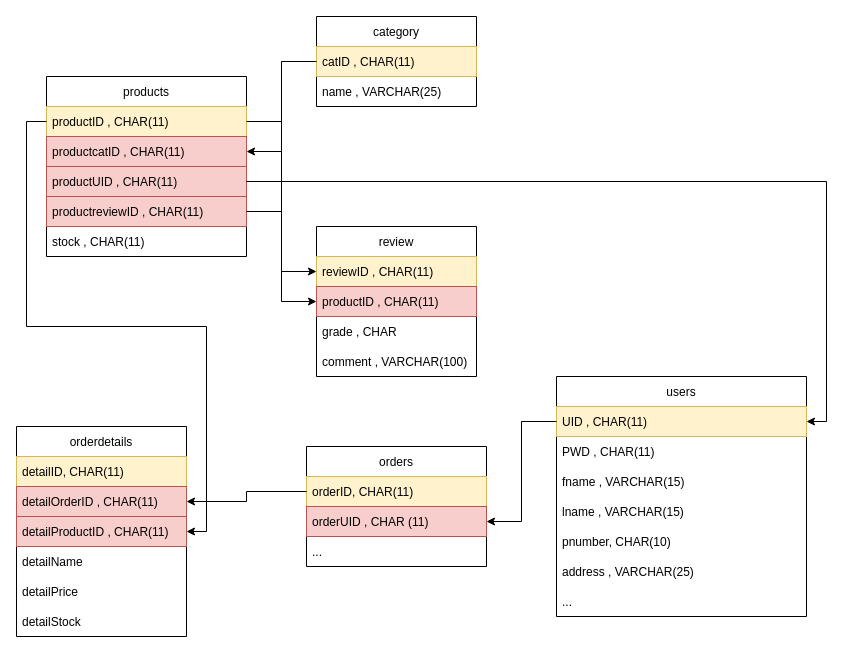
Above: Charts/flowchart.drawio in AlexanderSelfors/D0018E (draw.io), before the change. Source tidied: cells renumbered, new cells numbered last; positions are measured from the earlier drawing's top-left corner, leaving out a move shared by most shapes. Both pictures are drawn from the tidied source at 100%, with x=0, y=0 at pixel (16, 16).
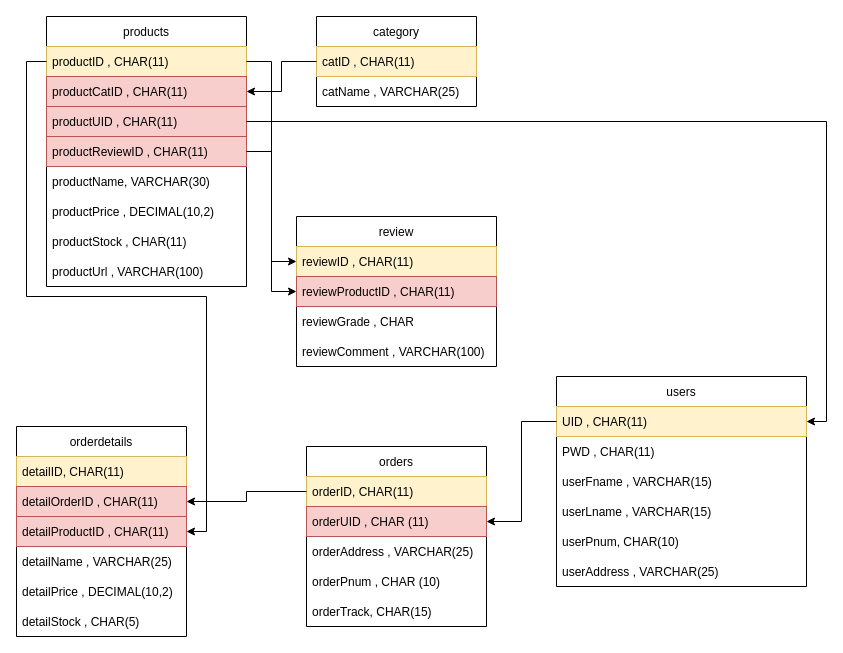
After the change.

The change refers to these unchanged cells:
```xml
<mxCell id="20" value="orderdetails" style="swimlane;fontStyle=0;horizontal=1;startSize=30;" parent="1" vertex="1">
  <mxGeometry y="410" width="170" height="210" as="geometry" />
</mxCell>
<mxCell id="30" value="category" style="swimlane;fontStyle=0;horizontal=1;startSize=30;" parent="1" vertex="1">
  <mxGeometry x="300" width="160" height="90" as="geometry" />
</mxCell>
```

The edit, as a diff of the source:
```diff
@@
     <mxCell id="2" value="users" style="swimlane;fontStyle=0;horizontal=1;startSize=30;" parent="1" vertex="1">
-      <mxGeometry x="540" y="360" width="250" height="240" as="geometry" />
+      <mxGeometry x="540" y="360" width="250" height="210" as="geometry" />
     </mxCell>
@@
-    <mxCell id="5" value="fname , VARCHAR(15)" style="text;strokeColor=none;fillColor=none;align=left;verticalAlign=middle;spacingLeft=4;spacingRight=4;overflow=hidden;" parent="2" vertex="1">
+    <mxCell id="5" value="userFname , VARCHAR(15)" style="text;strokeColor=none;fillColor=none;align=left;verticalAlign=middle;spacingLeft=4;spacingRight=4;overflow=hidden;" parent="2" vertex="1">
       <mxGeometry y="90" width="250" height="30" as="geometry" />
     </mxCell>
-    <mxCell id="6" value="lname , VARCHAR(15)" style="text;strokeColor=none;fillColor=none;align=left;verticalAlign=middle;spacingLeft=4;spacingRight=4;overflow=hidden;" parent="2" vertex="1">
+    <mxCell id="6" value="userLname , VARCHAR(15)" style="text;strokeColor=none;fillColor=none;align=left;verticalAlign=middle;spacingLeft=4;spacingRight=4;overflow=hidden;" parent="2" vertex="1">
       <mxGeometry y="120" width="250" height="30" as="geometry" />
     </mxCell>
-    <mxCell id="7" value="pnumber, CHAR(10) " style="text;strokeColor=none;fillColor=none;align=left;verticalAlign=middle;spacingLeft=4;spacingRight=4;overflow=hidden;" parent="2" vertex="1">
+    <mxCell id="7" value="userPnum, CHAR(10) " style="text;strokeColor=none;fillColor=none;align=left;verticalAlign=middle;spacingLeft=4;spacingRight=4;overflow=hidden;" parent="2" vertex="1">
       <mxGeometry y="150" width="250" height="30" as="geometry" />
     </mxCell>
-    <mxCell id="8" value="address , VARCHAR(25)" style="text;strokeColor=none;fillColor=none;align=left;verticalAlign=middle;spacingLeft=4;spacingRight=4;overflow=hidden;" parent="2" vertex="1">
+    <mxCell id="8" value="userAddress , VARCHAR(25)" style="text;strokeColor=none;fillColor=none;align=left;verticalAlign=middle;spacingLeft=4;spacingRight=4;overflow=hidden;" parent="2" vertex="1">
       <mxGeometry y="180" width="250" height="30" as="geometry" />
     </mxCell>
-    <mxCell id="9" value="..." style="text;strokeColor=none;fillColor=none;align=left;verticalAlign=middle;spacingLeft=4;spacingRight=4;overflow=hidden;" parent="2" vertex="1">
-      <mxGeometry y="210" width="250" height="30" as="geometry" />
-    </mxCell>
     <mxCell id="10" value="products" style="swimlane;fontStyle=0;horizontal=1;startSize=30;" parent="1" vertex="1">
-      <mxGeometry x="30" y="60" width="200" height="180" as="geometry" />
+      <mxGeometry x="30" width="200" height="270" as="geometry" />
     </mxCell>
@@
-    <mxCell id="12" value="productcatID , CHAR(11)" style="text;strokeColor=#b85450;fillColor=#f8cecc;align=left;verticalAlign=middle;spacingLeft=4;spacingRight=4;overflow=hidden;points=[[0,0.5],[1,0.5]];portConstraint=eastwest;" parent="10" vertex="1">
+    <mxCell id="12" value="productCatID , CHAR(11)" style="text;strokeColor=#b85450;fillColor=#f8cecc;align=left;verticalAlign=middle;spacingLeft=4;spacingRight=4;overflow=hidden;points=[[0,0.5],[1,0.5]];portConstraint=eastwest;" parent="10" vertex="1">
       <mxGeometry y="60" width="200" height="30" as="geometry" />
     </mxCell>
@@
-    <mxCell id="14" value="productreviewID , CHAR(11)" style="text;strokeColor=#b85450;fillColor=#f8cecc;align=left;verticalAlign=middle;spacingLeft=4;spacingRight=4;overflow=hidden;points=[[0,0.5],[1,0.5]];portConstraint=eastwest;" parent="10" vertex="1">
+    <mxCell id="14" value="productReviewID , CHAR(11)" style="text;strokeColor=#b85450;fillColor=#f8cecc;align=left;verticalAlign=middle;spacingLeft=4;spacingRight=4;overflow=hidden;points=[[0,0.5],[1,0.5]];portConstraint=eastwest;" parent="10" vertex="1">
       <mxGeometry y="120" width="200" height="30" as="geometry" />
     </mxCell>
+    <mxCell id="42" value="productName, VARCHAR(30)" style="text;strokeColor=none;fillColor=none;align=left;verticalAlign=middle;spacingLeft=4;spacingRight=4;overflow=hidden;" parent="10" vertex="1">
+      <mxGeometry y="150" width="200" height="30" as="geometry" />
+    </mxCell>
+    <mxCell id="43" value="productPrice , DECIMAL(10,2)" style="text;strokeColor=none;fillColor=none;align=left;verticalAlign=middle;spacingLeft=4;spacingRight=4;overflow=hidden;" parent="10" vertex="1">
+      <mxGeometry y="180" width="200" height="30" as="geometry" />
+    </mxCell>
-    <mxCell id="15" value="stock , CHAR(11)" style="text;strokeColor=none;fillColor=none;align=left;verticalAlign=middle;spacingLeft=4;spacingRight=4;overflow=hidden;" parent="10" vertex="1">
-      <mxGeometry y="150" width="200" height="30" as="geometry" />
+    <mxCell id="15" value="productStock , CHAR(11)" style="text;strokeColor=none;fillColor=none;align=left;verticalAlign=middle;spacingLeft=4;spacingRight=4;overflow=hidden;" parent="10" vertex="1">
+      <mxGeometry y="210" width="200" height="30" as="geometry" />
     </mxCell>
+    <mxCell id="44" value="productUrl , VARCHAR(100)" style="text;strokeColor=none;fillColor=none;align=left;verticalAlign=middle;spacingLeft=4;spacingRight=4;overflow=hidden;" parent="10" vertex="1">
+      <mxGeometry y="240" width="200" height="30" as="geometry" />
+    </mxCell>
     <mxCell id="16" value="orders" style="swimlane;fontStyle=0;horizontal=1;startSize=30;" parent="1" vertex="1">
-      <mxGeometry x="290" y="430" width="180" height="120" as="geometry" />
+      <mxGeometry x="290" y="430" width="180" height="180" as="geometry" />
     </mxCell>
@@
-    <mxCell id="19" value="..." style="text;strokeColor=none;fillColor=none;align=left;verticalAlign=middle;spacingLeft=4;spacingRight=4;overflow=hidden;" parent="16" vertex="1">
+    <mxCell id="19" value="orderAddress , VARCHAR(25)" style="text;strokeColor=none;fillColor=none;align=left;verticalAlign=middle;spacingLeft=4;spacingRight=4;overflow=hidden;" parent="16" vertex="1">
       <mxGeometry y="90" width="180" height="30" as="geometry" />
     </mxCell>
+    <mxCell id="45" value="orderPnum , CHAR (10)" style="text;strokeColor=none;fillColor=none;align=left;verticalAlign=middle;spacingLeft=4;spacingRight=4;overflow=hidden;" parent="16" vertex="1">
+      <mxGeometry y="120" width="180" height="30" as="geometry" />
+    </mxCell>
+    <mxCell id="46" value="orderTrack, CHAR(15)" style="text;strokeColor=none;fillColor=none;align=left;verticalAlign=middle;spacingLeft=4;spacingRight=4;overflow=hidden;" parent="16" vertex="1">
+      <mxGeometry y="150" width="180" height="30" as="geometry" />
+    </mxCell>
@@
-    <mxCell id="24" value="detailName" style="text;strokeColor=none;fillColor=none;align=left;verticalAlign=middle;spacingLeft=4;spacingRight=4;overflow=hidden;" parent="20" vertex="1">
+    <mxCell id="24" value="detailName , VARCHAR(25)" style="text;strokeColor=none;fillColor=none;align=left;verticalAlign=middle;spacingLeft=4;spacingRight=4;overflow=hidden;" parent="20" vertex="1">
       <mxGeometry y="120" width="170" height="30" as="geometry" />
     </mxCell>
-    <mxCell id="25" value="detailPrice" style="text;strokeColor=none;fillColor=none;align=left;verticalAlign=middle;spacingLeft=4;spacingRight=4;overflow=hidden;" parent="20" vertex="1">
+    <mxCell id="25" value="detailPrice , DECIMAL(10,2)" style="text;strokeColor=none;fillColor=none;align=left;verticalAlign=middle;spacingLeft=4;spacingRight=4;overflow=hidden;" parent="20" vertex="1">
       <mxGeometry y="150" width="170" height="30" as="geometry" />
     </mxCell>
-    <mxCell id="26" value="detailStock" style="text;strokeColor=none;fillColor=none;align=left;verticalAlign=middle;spacingLeft=4;spacingRight=4;overflow=hidden;" parent="20" vertex="1">
+    <mxCell id="26" value="detailStock , CHAR(5)" style="text;strokeColor=none;fillColor=none;align=left;verticalAlign=middle;spacingLeft=4;spacingRight=4;overflow=hidden;" parent="20" vertex="1">
       <mxGeometry y="180" width="170" height="30" as="geometry" />
     </mxCell>
@@
-    <mxCell id="32" value="name , VARCHAR(25)" style="text;strokeColor=none;fillColor=none;align=left;verticalAlign=middle;spacingLeft=4;spacingRight=4;overflow=hidden;" parent="30" vertex="1">
+    <mxCell id="32" value="catName , VARCHAR(25)" style="text;strokeColor=none;fillColor=none;align=left;verticalAlign=middle;spacingLeft=4;spacingRight=4;overflow=hidden;" parent="30" vertex="1">
       <mxGeometry y="60" width="160" height="30" as="geometry" />
     </mxCell>
@@
     <mxCell id="34" value="review" style="swimlane;fontStyle=0;horizontal=1;startSize=30;" parent="1" vertex="1">
-      <mxGeometry x="300" y="210" width="160" height="150" as="geometry" />
+      <mxGeometry x="280" y="200" width="200" height="150" as="geometry" />
     </mxCell>
     <mxCell id="35" value="reviewID , CHAR(11)" style="text;strokeColor=#d6b656;fillColor=#fff2cc;align=left;verticalAlign=middle;spacingLeft=4;spacingRight=4;overflow=hidden;points=[[0,0.5],[1,0.5]];portConstraint=eastwest;" parent="34" vertex="1">
-      <mxGeometry y="30" width="160" height="30" as="geometry" />
+      <mxGeometry y="30" width="200" height="30" as="geometry" />
     </mxCell>
-    <mxCell id="36" value="productID , CHAR(11)" style="text;strokeColor=#b85450;fillColor=#f8cecc;align=left;verticalAlign=middle;spacingLeft=4;spacingRight=4;overflow=hidden;points=[[0,0.5],[1,0.5]];portConstraint=eastwest;" parent="34" vertex="1">
-      <mxGeometry y="60" width="160" height="30" as="geometry" />
+    <mxCell id="36" value="reviewProductID , CHAR(11)" style="text;strokeColor=#b85450;fillColor=#f8cecc;align=left;verticalAlign=middle;spacingLeft=4;spacingRight=4;overflow=hidden;points=[[0,0.5],[1,0.5]];portConstraint=eastwest;" parent="34" vertex="1">
+      <mxGeometry y="60" width="200" height="30" as="geometry" />
     </mxCell>
-    <mxCell id="37" value="grade , CHAR " style="text;strokeColor=none;fillColor=none;align=left;verticalAlign=middle;spacingLeft=4;spacingRight=4;overflow=hidden;" parent="34" vertex="1">
-      <mxGeometry y="90" width="160" height="30" as="geometry" />
+    <mxCell id="37" value="reviewGrade , CHAR " style="text;strokeColor=none;fillColor=none;align=left;verticalAlign=middle;spacingLeft=4;spacingRight=4;overflow=hidden;" parent="34" vertex="1">
+      <mxGeometry y="90" width="200" height="30" as="geometry" />
     </mxCell>
-    <mxCell id="38" value="comment , VARCHAR(100)" style="text;strokeColor=none;fillColor=none;align=left;verticalAlign=middle;spacingLeft=4;spacingRight=4;overflow=hidden;" parent="34" vertex="1">
-      <mxGeometry y="120" width="160" height="30" as="geometry" />
+    <mxCell id="38" value="reviewComment , VARCHAR(100)" style="text;strokeColor=none;fillColor=none;align=left;verticalAlign=middle;spacingLeft=4;spacingRight=4;overflow=hidden;" parent="34" vertex="1">
+      <mxGeometry y="120" width="200" height="30" as="geometry" />
     </mxCell>
```
